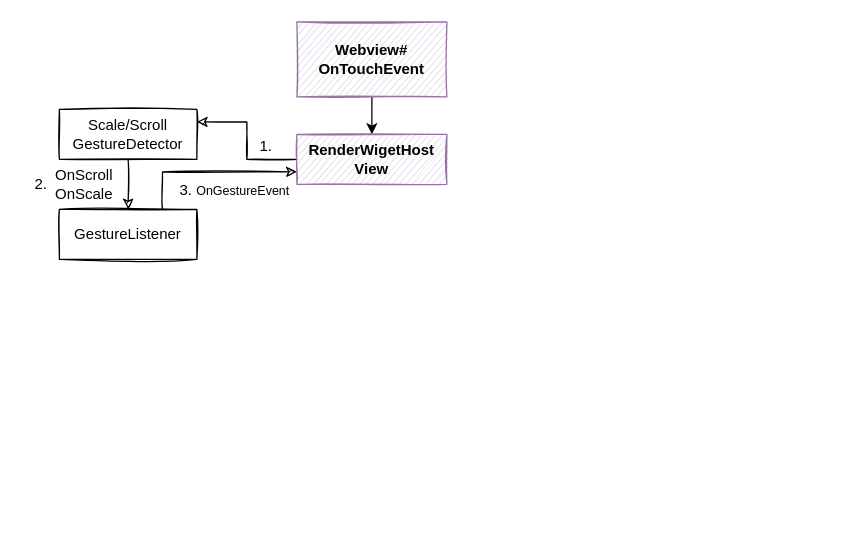
trancx/blog keeps this draw.io diagram as page "Page-1" (1 of 2) of my_diagram.drawio. Above is the earlier version. Source tidied: cells renumbered, new cells numbered last; positions are measured from the earlier drawing's top-left corner, leaving out a move shared by most shapes. Both pictures are drawn from the tidied source at 125%, with x=0, y=0 at pixel (21, 21).
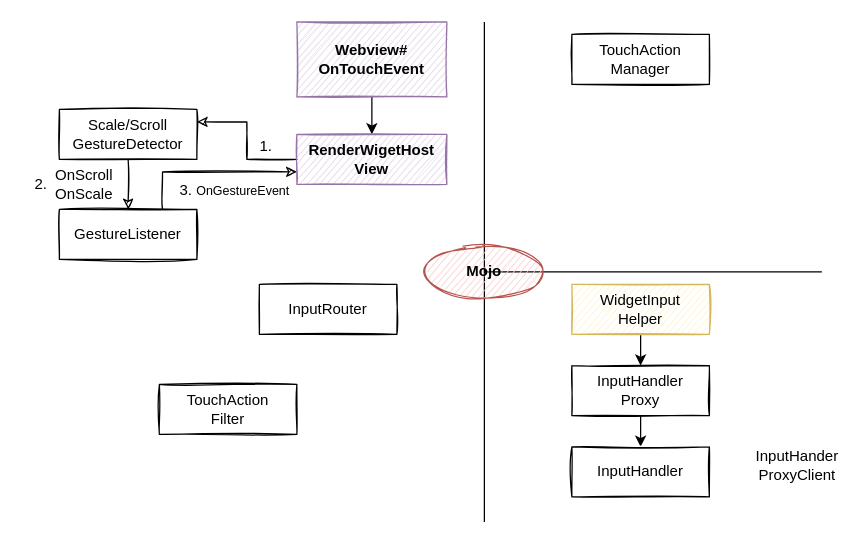
The same diagram, later.

The edit, as a diff of the source:
```diff
@@
+    <mxCell id="14" value="InputRouter" style="rounded=0;whiteSpace=wrap;html=1;sketch=1;fontColor=#000000;strokeColor=default;" parent="1" vertex="1">
+      <mxGeometry x="190" y="210" width="110" height="40" as="geometry" />
+    </mxCell>
+    <mxCell id="15" value="TouchAction&lt;br&gt;Filter" style="rounded=0;whiteSpace=wrap;html=1;sketch=1;fontColor=#000000;strokeColor=default;" parent="1" vertex="1">
+      <mxGeometry x="110" y="290" width="110" height="40" as="geometry" />
+    </mxCell>
+    <mxCell id="16" style="edgeStyle=orthogonalEdgeStyle;rounded=0;jettySize=auto;html=1;exitX=0.5;exitY=1;exitDx=0;exitDy=0;entryX=0.5;entryY=0;entryDx=0;entryDy=0;" parent="1" edge="1" source="17" target="19">
+      <mxGeometry relative="1" as="geometry" />
+    </mxCell>
+    <mxCell id="17" value="WidgetInput&lt;br&gt;Helper" style="rounded=0;whiteSpace=wrap;html=1;sketch=1;strokeColor=#d6b656;fillColor=#fff2cc;" parent="1" vertex="1">
+      <mxGeometry x="440" y="210" width="110" height="40" as="geometry" />
+    </mxCell>
+    <mxCell id="18" style="edgeStyle=orthogonalEdgeStyle;rounded=0;jettySize=auto;html=1;exitX=0.5;exitY=1;exitDx=0;exitDy=0;entryX=0.5;entryY=0;entryDx=0;entryDy=0;" parent="1" edge="1" source="19" target="24">
+      <mxGeometry relative="1" as="geometry" />
+    </mxCell>
+    <mxCell id="19" value="InputHandler&lt;br&gt;Proxy" style="rounded=0;whiteSpace=wrap;html=1;sketch=1;fontColor=#000000;strokeColor=default;" parent="1" vertex="1">
+      <mxGeometry x="440" y="275" width="110" height="40" as="geometry" />
+    </mxCell>
+    <mxCell id="20" value="TouchAction&lt;br&gt;Manager" style="rounded=0;whiteSpace=wrap;html=1;sketch=1;fontColor=#000000;strokeColor=default;" parent="1" vertex="1">
+      <mxGeometry x="440" y="10" width="110" height="40" as="geometry" />
+    </mxCell>
+    <mxCell id="21" style="endArrow=none;html=1;rounded=0;" parent="1" edge="1">
+      <mxGeometry relative="1" as="geometry">
+        <mxPoint x="370" y="200" as="sourcePoint" />
+        <mxPoint x="640" y="200" as="targetPoint" />
+      </mxGeometry>
+    </mxCell>
+    <mxCell id="22" style="endArrow=none;html=1;rounded=0;" parent="1" edge="1">
+      <mxGeometry relative="1" as="geometry">
+        <mxPoint x="370" as="sourcePoint" />
+        <mxPoint x="370" y="400" as="targetPoint" />
+      </mxGeometry>
+    </mxCell>
+    <mxCell id="23" value="&lt;b&gt;Mojo&lt;/b&gt;" style="ellipse;whiteSpace=wrap;html=1;sketch=1;fillColor=#f8cecc;strokeColor=#b85450;" parent="1" vertex="1">
+      <mxGeometry x="320" y="180" width="100" height="40" as="geometry" />
+    </mxCell>
+    <mxCell id="24" value="InputHandler" style="rounded=0;whiteSpace=wrap;html=1;sketch=1;fontColor=#000000;strokeColor=default;" parent="1" vertex="1">
+      <mxGeometry x="440" y="340" width="110" height="40" as="geometry" />
+    </mxCell>
+    <mxCell id="25" value="InputHander&lt;br&gt;ProxyClient" style="text;html=1;align=center;verticalAlign=middle;strokeColor=none;fillColor=none;" parent="1" vertex="1">
+      <mxGeometry x="580" y="340" width="80" height="30" as="geometry" />
+    </mxCell>
```
